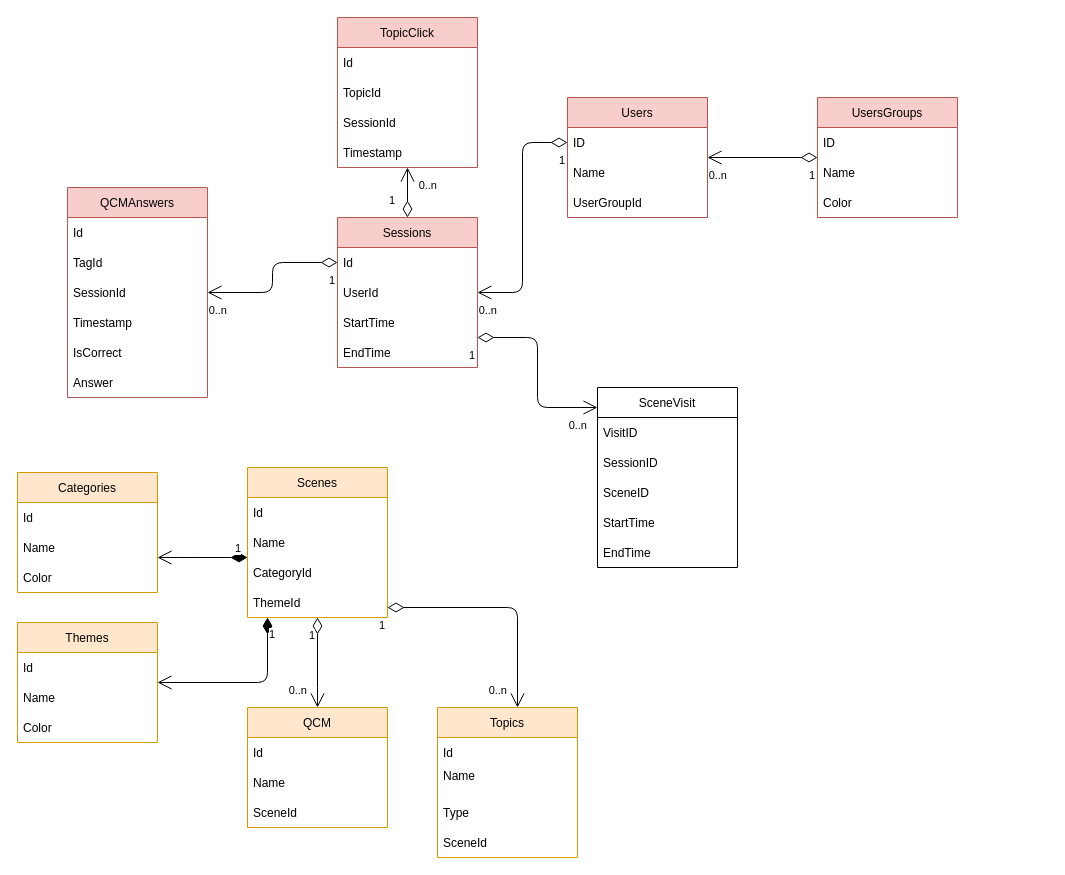
TienYou-Nathan/UptaleDataAnalysis keeps this draw.io diagram as page "Class diagram : database" (2 of 2) of App lifecycle.drawio. Above is the earlier version. Source tidied: cells renumbered, new cells numbered last; positions are measured from the earlier drawing's top-left corner, leaving out a move shared by most shapes. Both pictures are drawn from the tidied source at 100%, with x=0, y=0 at pixel (17, 17).
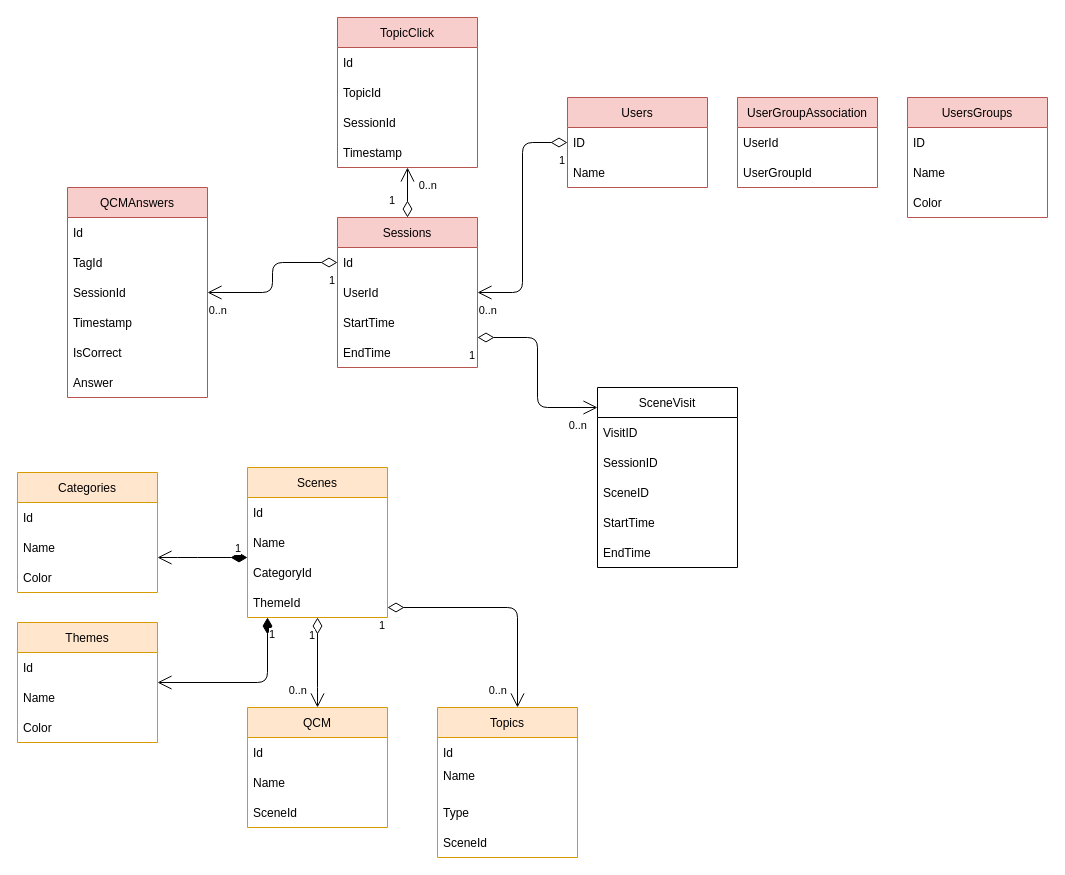
After the change.

Commit message (it also covers changes not shown here):
migrating database, added UserGroupAssociation

Change to the diagram source:
```diff
@@
     <mxCell id="2" value="Users" style="swimlane;fontStyle=0;horizontal=1;startSize=30;fillColor=#f8cecc;strokeColor=#b85450;" parent="1" vertex="1">
-      <mxGeometry x="550" y="80" width="140" height="120" as="geometry" />
+      <mxGeometry x="550" y="80" width="140" height="90" as="geometry" />
     </mxCell>
@@
-    <mxCell id="5" value="UserGroupId" style="text;strokeColor=none;fillColor=none;align=left;verticalAlign=middle;spacingLeft=4;spacingRight=4;overflow=hidden;" parent="2" vertex="1">
-      <mxGeometry y="90" width="140" height="30" as="geometry" />
-    </mxCell>
@@
     <mxCell id="52" value="UsersGroups" style="swimlane;fontStyle=0;horizontal=1;startSize=30;fillColor=#f8cecc;strokeColor=#b85450;" parent="1" vertex="1">
-      <mxGeometry x="800" y="80" width="140" height="120" as="geometry" />
+      <mxGeometry x="890" y="80" width="140" height="120" as="geometry" />
     </mxCell>
@@
-    <mxCell id="75" style="endArrow=open;html=1;endSize=12;startArrow=diamondThin;startSize=14;startFill=0;edgeStyle=orthogonalEdgeStyle;" parent="1" edge="1" source="52" target="2">
-      <mxGeometry relative="1" as="geometry" />
-    </mxCell>
-    <mxCell id="76" value="1" style="edgeLabel;html=1;align=left;verticalAlign=top;" parent="75" vertex="1">
-      <mxGeometry x="-1" relative="1" as="geometry">
-        <mxPoint x="-10" y="5" as="offset" />
-      </mxGeometry>
-    </mxCell>
-    <mxCell id="77" value="0..n" style="edgeLabel;html=1;align=right;verticalAlign=top;" parent="75" vertex="1">
-      <mxGeometry x="1" relative="1" as="geometry">
-        <mxPoint x="20" y="5" as="offset" />
-      </mxGeometry>
-    </mxCell>
+    <mxCell id="78" value="UserGroupAssociation" style="swimlane;fontStyle=0;horizontal=1;startSize=30;fillColor=#f8cecc;strokeColor=#b85450;" parent="1" vertex="1">
+      <mxGeometry x="720" y="80" width="140" height="90" as="geometry" />
+    </mxCell>
+    <mxCell id="79" value="UserId" style="text;strokeColor=none;fillColor=none;align=left;verticalAlign=middle;spacingLeft=4;spacingRight=4;overflow=hidden;" parent="78" vertex="1">
+      <mxGeometry y="30" width="140" height="30" as="geometry" />
+    </mxCell>
+    <mxCell id="5" value="UserGroupId" style="text;strokeColor=none;fillColor=none;align=left;verticalAlign=middle;spacingLeft=4;spacingRight=4;overflow=hidden;" parent="78" vertex="1">
+      <mxGeometry y="60" width="140" height="30" as="geometry" />
+    </mxCell>
```
